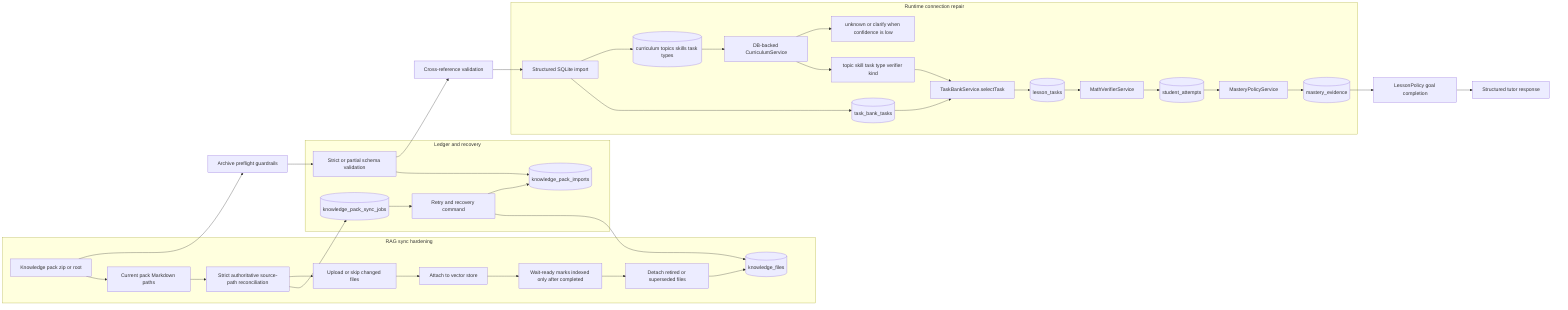
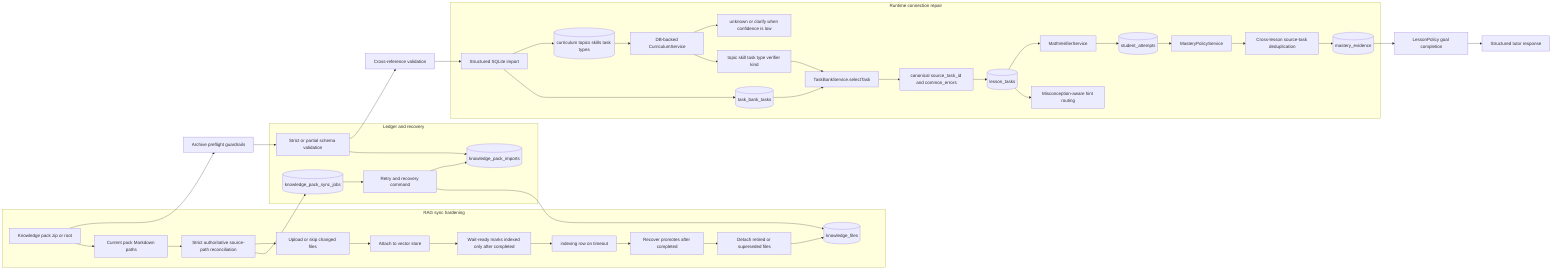
flowchart LR
  Pack[Knowledge pack zip or root] --> Preflight[Archive preflight guardrails]
  Preflight --> Validate[Strict or partial schema validation]
  Validate --> CrossRefs[Cross-reference validation]
  CrossRefs --> Import[Structured SQLite import]

  subgraph RuntimeConnection[Runtime connection repair]
    Import --> CurriculumTables[(curriculum topics skills task types)]
    Import --> TaskBank[(task_bank_tasks)]
    CurriculumTables --> Resolver[DB-backed CurriculumService]
    Resolver --> Unknown[unknown or clarify when confidence is low]
    Resolver --> Context[topic skill task type verifier kind]
    TaskBank --> SelectTask[TaskBankService.selectTask]
    Context --> SelectTask
-     SelectTask --> LessonTasks[(lesson_tasks)]
+     SelectTask --> SourceTask[canonical source_task_id and common_errors]
+     SourceTask --> LessonTasks[(lesson_tasks)]
    LessonTasks --> Verifier[MathVerifierService]
+     LessonTasks --> HintRouting[Misconception-aware hint routing]
    Verifier --> Attempts[(student_attempts)]
    Attempts --> MasteryPolicy[MasteryPolicyService]
-     MasteryPolicy --> Mastery[(mastery_evidence)]
+     MasteryPolicy --> SourceDedup[Cross-lesson source-task deduplication]
+     SourceDedup --> Mastery[(mastery_evidence)]
  end

  subgraph RagSync[RAG sync hardening]
    Pack --> RagPaths[Current pack Markdown paths]
    RagPaths --> Reconcile[Strict authoritative source-path reconciliation]
    Reconcile --> Upload[Upload or skip changed files]
    Upload --> Attach[Attach to vector store]
    Attach --> WaitReady[Wait-ready marks indexed only after completed]
-     WaitReady --> Cleanup[Detach retired or superseded files]
+     WaitReady --> PendingIndex[indexing row on timeout]
+     PendingIndex --> RecoverPromote[Recover promotes after completed]
+     RecoverPromote --> Cleanup[Detach retired or superseded files]
    Cleanup --> KnowledgeFiles[(knowledge_files)]
  end

  subgraph Recovery[Ledger and recovery]
    Validate --> Ledger[(knowledge_pack_imports)]
    Reconcile --> Jobs[(knowledge_pack_sync_jobs)]
    Jobs --> Recover[Retry and recovery command]
    Recover --> Ledger
    Recover --> KnowledgeFiles
  end

  Mastery --> Policy[LessonPolicy goal completion]
  Policy --> Tutor[Structured tutor response]
